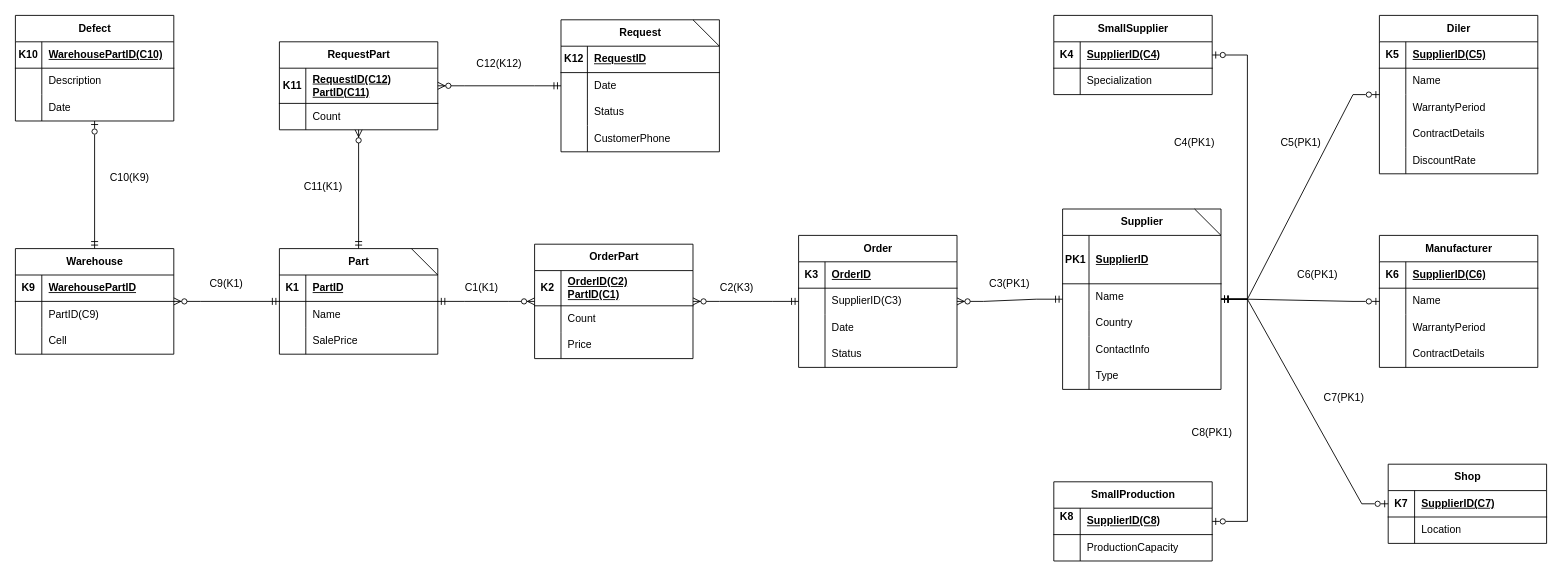
The draw.io diagram База данных магазина автозапчастей.drawio in Raviolya/AutoPartsShop, before the edit. Source tidied: cells renumbered, new cells numbered last; positions are measured from the earlier drawing's top-left corner, leaving out a move shared by most shapes. Both pictures are drawn from the tidied source at 88%, with x=0, y=0 at pixel (15, 15).
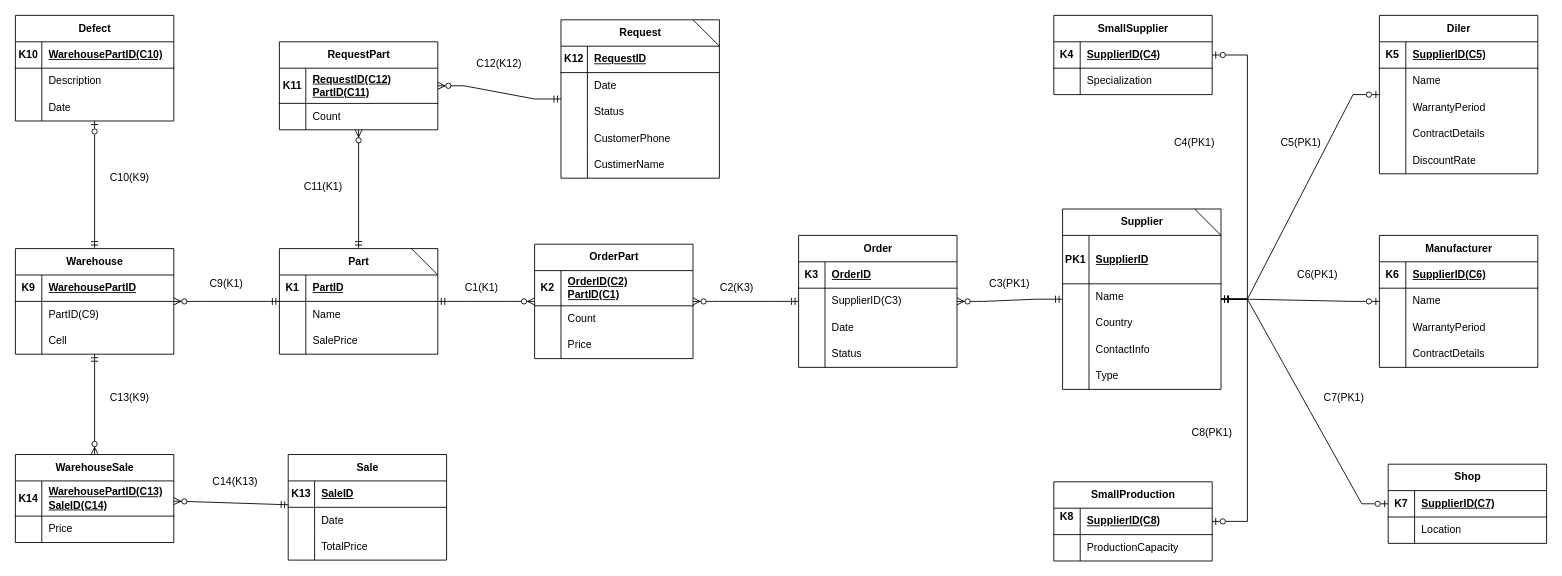
The same diagram, later.

Unchanged cells that the change refers to:
```xml
<mxCell id="111" value="Warehouse" style="shape=table;startSize=30;childLayout=tableLayout;rowLines=0;fontStyle=1;align=center;html=1;" parent="1" vertex="1">
  <mxGeometry y="265" width="180" height="120" as="geometry" />
</mxCell>
```

Change to the diagram source:
```diff
@@
     <mxCell id="91" value="Request" style="shape=table;startSize=30;childLayout=tableLayout;rowLines=0;fontStyle=1;align=center;html=1;" parent="1" vertex="1">
-      <mxGeometry x="620" y="5" width="180" height="150" as="geometry" />
+      <mxGeometry x="620" y="5" width="180" height="180" as="geometry" />
     </mxCell>
@@
+    <mxCell id="168" style="shape=tableRow;horizontal=0;startSize=0;swimlaneHead=0;swimlaneBody=0;fillColor=none;top=0;left=0;right=0;bottom=0;" parent="91" vertex="1">
+      <mxGeometry y="150" width="180" height="30" as="geometry" />
+    </mxCell>
+    <mxCell id="169" style="shape=partialRectangle;fillColor=none;top=0;left=0;bottom=0;right=0;overflow=hidden;whiteSpace=wrap;html=1;" parent="168" vertex="1">
+      <mxGeometry width="30" height="30" as="geometry" />
+    </mxCell>
+    <mxCell id="170" value="CustimerName" style="shape=partialRectangle;fillColor=none;top=0;left=0;bottom=0;right=0;align=left;spacingLeft=6;overflow=hidden;whiteSpace=wrap;html=1;" parent="168" vertex="1">
+      <mxGeometry x="30" width="150" height="30" as="geometry" />
+    </mxCell>
@@
+    <mxCell id="171" value="Sale" style="shape=table;startSize=30;childLayout=tableLayout;rowLines=0;fontStyle=1;align=center;html=1;" parent="1" vertex="1">
+      <mxGeometry x="310" y="499" width="180" height="120" as="geometry" />
+    </mxCell>
+    <mxCell id="172" style="shape=tableRow;horizontal=0;startSize=0;swimlaneHead=0;swimlaneBody=0;fillColor=none;top=0;left=0;right=0;bottom=1;" parent="171" vertex="1">
+      <mxGeometry y="30" width="180" height="30" as="geometry" />
+    </mxCell>
+    <mxCell id="173" value="K13" style="shape=partialRectangle;fillColor=none;top=0;left=0;bottom=0;right=0;fontStyle=1;overflow=hidden;whiteSpace=wrap;html=1;" parent="172" vertex="1">
+      <mxGeometry width="30" height="30" as="geometry" />
+    </mxCell>
+    <mxCell id="174" value="SaleID" style="shape=partialRectangle;fillColor=none;top=0;left=0;bottom=0;right=0;align=left;spacingLeft=6;fontStyle=5;overflow=hidden;whiteSpace=wrap;html=1;" parent="172" vertex="1">
+      <mxGeometry x="30" width="150" height="30" as="geometry" />
+    </mxCell>
+    <mxCell id="175" style="shape=tableRow;horizontal=0;startSize=0;swimlaneHead=0;swimlaneBody=0;fillColor=none;top=0;left=0;right=0;bottom=0;" parent="171" vertex="1">
+      <mxGeometry y="60" width="180" height="30" as="geometry" />
+    </mxCell>
+    <mxCell id="176" style="shape=partialRectangle;fillColor=none;top=0;left=0;bottom=0;right=0;overflow=hidden;whiteSpace=wrap;html=1;" parent="175" vertex="1">
+      <mxGeometry width="30" height="30" as="geometry" />
+    </mxCell>
+    <mxCell id="177" value="Date" style="shape=partialRectangle;fillColor=none;top=0;left=0;bottom=0;right=0;align=left;spacingLeft=6;overflow=hidden;whiteSpace=wrap;html=1;" parent="175" vertex="1">
+      <mxGeometry x="30" width="150" height="30" as="geometry" />
+    </mxCell>
+    <mxCell id="178" style="shape=tableRow;horizontal=0;startSize=0;swimlaneHead=0;swimlaneBody=0;fillColor=none;top=0;left=0;right=0;bottom=0;" parent="171" vertex="1">
+      <mxGeometry y="90" width="180" height="30" as="geometry" />
+    </mxCell>
+    <mxCell id="179" style="shape=partialRectangle;fillColor=none;top=0;left=0;bottom=0;right=0;overflow=hidden;whiteSpace=wrap;html=1;" parent="178" vertex="1">
+      <mxGeometry width="30" height="30" as="geometry" />
+    </mxCell>
+    <mxCell id="180" value="TotalPrice" style="shape=partialRectangle;fillColor=none;top=0;left=0;bottom=0;right=0;align=left;spacingLeft=6;overflow=hidden;whiteSpace=wrap;html=1;" parent="178" vertex="1">
+      <mxGeometry x="30" width="150" height="30" as="geometry" />
+    </mxCell>
+    <mxCell id="181" value="WarehouseSale" style="shape=table;startSize=30;childLayout=tableLayout;rowLines=0;fontStyle=1;align=center;html=1;" parent="1" vertex="1">
+      <mxGeometry y="499" width="180" height="100" as="geometry" />
+    </mxCell>
+    <mxCell id="182" style="shape=tableRow;horizontal=0;startSize=0;swimlaneHead=0;swimlaneBody=0;fillColor=none;top=0;left=0;right=0;bottom=1;" parent="181" vertex="1">
+      <mxGeometry y="30" width="180" height="40" as="geometry" />
+    </mxCell>
+    <mxCell id="183" value="K14" style="shape=partialRectangle;fillColor=none;top=0;left=0;bottom=0;right=0;fontStyle=1;overflow=hidden;whiteSpace=wrap;html=1;" parent="182" vertex="1">
+      <mxGeometry width="30" height="40" as="geometry" />
+    </mxCell>
+    <mxCell id="184" value="WarehousePartID(С13)&lt;div&gt;SaleID(С14)&lt;/div&gt;" style="shape=partialRectangle;fillColor=none;top=0;left=0;bottom=0;right=0;align=left;spacingLeft=6;fontStyle=5;overflow=hidden;whiteSpace=wrap;html=1;" parent="182" vertex="1">
+      <mxGeometry x="30" width="150" height="40" as="geometry" />
+    </mxCell>
+    <mxCell id="185" style="shape=tableRow;horizontal=0;startSize=0;swimlaneHead=0;swimlaneBody=0;fillColor=none;top=0;left=0;right=0;bottom=0;" parent="181" vertex="1">
+      <mxGeometry y="70" width="180" height="30" as="geometry" />
+    </mxCell>
+    <mxCell id="186" style="shape=partialRectangle;fillColor=none;top=0;left=0;bottom=0;right=0;overflow=hidden;whiteSpace=wrap;html=1;" parent="185" vertex="1">
+      <mxGeometry width="30" height="30" as="geometry" />
+    </mxCell>
+    <mxCell id="187" value="Price" style="shape=partialRectangle;fillColor=none;top=0;left=0;bottom=0;right=0;align=left;spacingLeft=6;overflow=hidden;whiteSpace=wrap;html=1;" parent="185" vertex="1">
+      <mxGeometry x="30" width="150" height="30" as="geometry" />
+    </mxCell>
+    <mxCell id="188" style="fontSize=12;html=1;endArrow=ERzeroToMany;startArrow=ERmandOne;rounded=0;" parent="1" edge="1" source="171" target="181">
+      <mxGeometry relative="1" as="geometry" />
+    </mxCell>
+    <mxCell id="189" style="fontSize=12;html=1;endArrow=ERzeroToMany;startArrow=ERmandOne;rounded=0;" parent="1" edge="1" source="111" target="181">
+      <mxGeometry relative="1" as="geometry" />
+    </mxCell>
+    <mxCell id="190" value="С13(K9)" style="text;html=1;align=center;verticalAlign=middle;whiteSpace=wrap;rounded=0;" parent="1" vertex="1">
+      <mxGeometry x="100" y="420" width="60" height="30" as="geometry" />
+    </mxCell>
+    <mxCell id="191" value="С14(K13)" style="text;html=1;align=center;verticalAlign=middle;whiteSpace=wrap;rounded=0;" parent="1" vertex="1">
+      <mxGeometry x="220" y="515" width="60" height="30" as="geometry" />
+    </mxCell>
```
